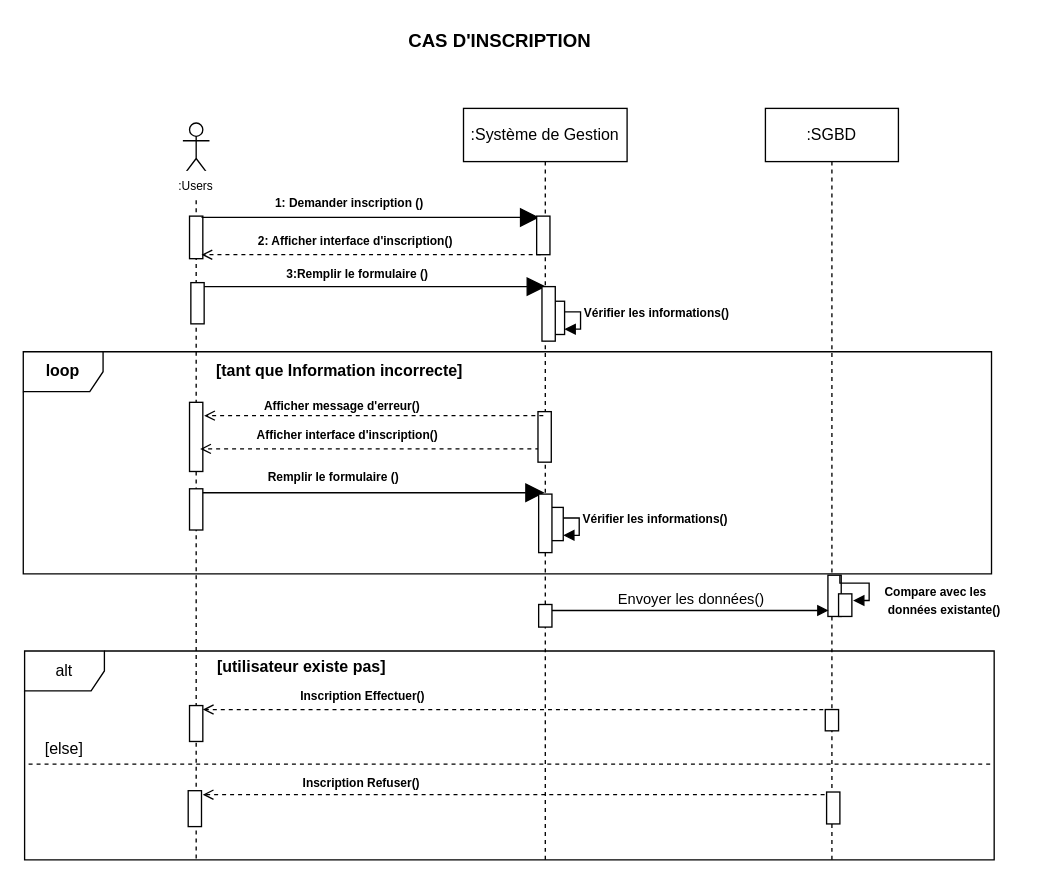
This is Diagramme sequence5.drawio from louis-fresnel99/TpGasaL1, a draw.io file, before an edit. Source tidied: cells renumbered, new cells numbered last; positions are measured from the earlier drawing's top-left corner, leaving out a move shared by most shapes. Both pictures are drawn from the tidied source at 133%, with x=0, y=0 at pixel (23, 23).
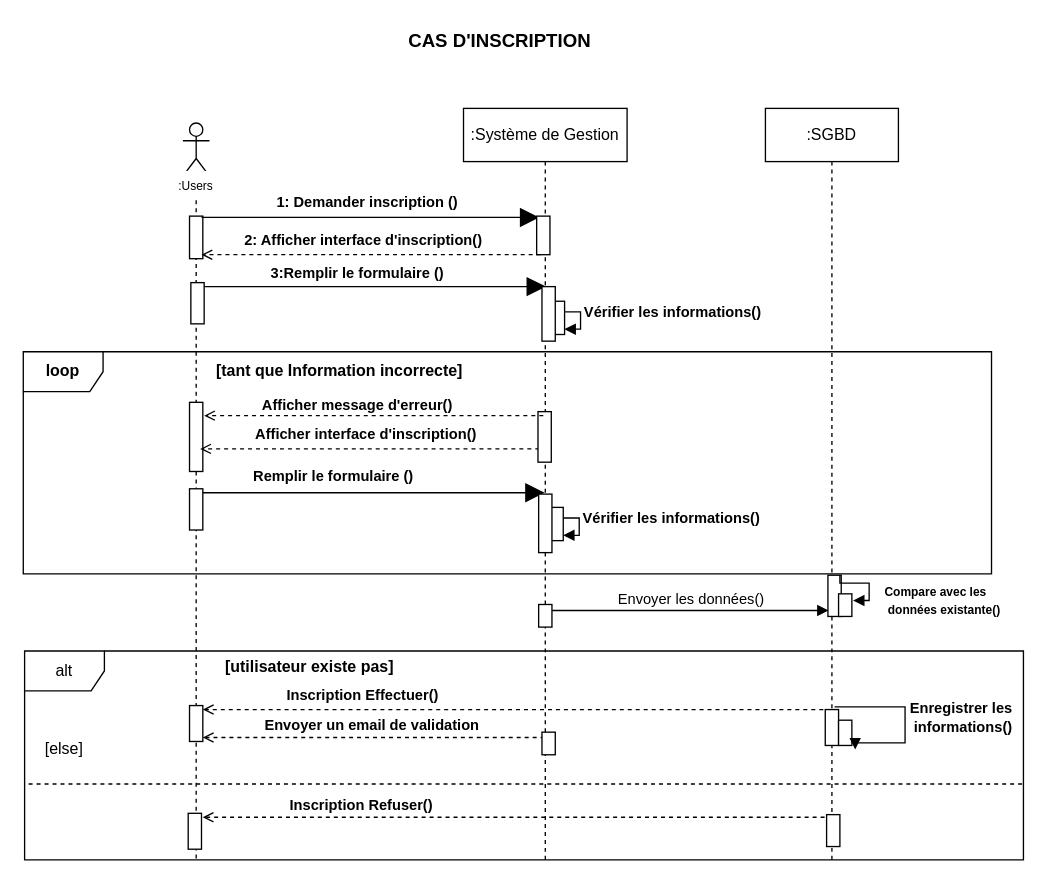
The same page after the edit.

Commit message:
Mettre à jour Diagramme sequence5.drawio

Unchanged cells that the change refers to:
```xml
<mxCell id="28" value=":SGBD" style="shape=umlLifeline;perimeter=lifelinePerimeter;whiteSpace=wrap;html=1;outlineConnect=0;portConstraint=eastwest;newEdgeStyle={&quot;curved&quot;:0,&quot;rounded&quot;:0};" parent="1" vertex="1">
  <mxGeometry x="558" y="64" width="100" height="566" as="geometry" />
</mxCell>
```

What changed in the source:
```diff
@@
-    <mxCell id="9" value="&lt;font style=&quot;font-size: 9px;&quot;&gt;&lt;b&gt;1: Demander inscription ()&lt;/b&gt;&lt;/font&gt;" style="text;html=1;align=center;verticalAlign=middle;whiteSpace=wrap;rounded=0;" parent="1" vertex="1">
-      <mxGeometry x="185" y="124" width="121" height="22" as="geometry" />
+    <mxCell id="9" value="&lt;font style=&quot;font-size: 11px;&quot;&gt;&lt;b style=&quot;&quot;&gt;1: Demander inscription ()&lt;/b&gt;&lt;/font&gt;" style="text;html=1;align=center;verticalAlign=middle;whiteSpace=wrap;rounded=0;" parent="1" vertex="1">
+      <mxGeometry x="185" y="124" width="148" height="22" as="geometry" />
     </mxCell>
@@
-    <mxCell id="11" value="&lt;b style=&quot;font-size: 9px;&quot;&gt;Afficher interface d'inscription()&lt;/b&gt;" style="text;html=1;align=center;verticalAlign=middle;whiteSpace=wrap;rounded=0;" parent="1" vertex="1">
-      <mxGeometry x="169" y="298" width="150" height="22" as="geometry" />
+    <mxCell id="11" value="&lt;b style=&quot;&quot;&gt;&lt;font style=&quot;font-size: 11px;&quot;&gt;Afficher interface d'inscription()&lt;/font&gt;&lt;/b&gt;" style="text;html=1;align=center;verticalAlign=middle;whiteSpace=wrap;rounded=0;" parent="1" vertex="1">
+      <mxGeometry x="169" y="298" width="178" height="22" as="geometry" />
     </mxCell>
@@
-    <mxCell id="13" value="&lt;font style=&quot;color: light-dark(rgb(0, 0, 0), rgb(0, 0, 0)); font-size: 9px;&quot;&gt;&lt;b&gt;Remplir le formulaire ()&lt;/b&gt;&lt;/font&gt;" style="text;html=1;align=center;verticalAlign=middle;whiteSpace=wrap;rounded=0;" parent="1" vertex="1">
+    <mxCell id="13" value="&lt;font style=&quot;color: light-dark(rgb(0, 0, 0), rgb(0, 0, 0)); font-size: 11px;&quot;&gt;&lt;b style=&quot;&quot;&gt;Remplir le formulaire ()&lt;/b&gt;&lt;/font&gt;" style="text;html=1;align=center;verticalAlign=middle;whiteSpace=wrap;rounded=0;" parent="1" vertex="1">
       <mxGeometry x="154" y="332" width="159" height="17" as="geometry" />
     </mxCell>
@@
-    <mxCell id="17" value="&lt;font style=&quot;font-size: 9px;&quot;&gt;&lt;b&gt;Vérifier les informations()&lt;/b&gt;&lt;/font&gt;" style="html=1;align=left;spacingLeft=2;endArrow=block;rounded=0;edgeStyle=orthogonalEdgeStyle;curved=0;rounded=0;" parent="1" edge="1">
+    <mxCell id="17" value="&lt;font style=&quot;font-size: 11px;&quot;&gt;&lt;b style=&quot;&quot;&gt;Vérifier les informations()&lt;/b&gt;&lt;/font&gt;" style="html=1;align=left;spacingLeft=2;endArrow=block;rounded=0;edgeStyle=orthogonalEdgeStyle;curved=0;rounded=0;" parent="1" edge="1">
       <mxGeometry relative="1" as="geometry">
         <mxPoint x="396" y="366" as="sourcePoint" />
         <mxPoint x="405.9" y="385" as="targetPoint" />
         <Array as="points">
           <mxPoint x="396" y="372" />
           <mxPoint x="418" y="372" />
           <mxPoint x="418" y="385" />
         </Array>
       </mxGeometry>
     </mxCell>
@@
     <mxCell id="19" value="alt" style="shape=umlFrame;whiteSpace=wrap;html=1;" parent="1" vertex="1">
-      <mxGeometry x="1" y="472" width="729" height="157" as="geometry" />
+      <mxGeometry x="1" y="472" width="751" height="157" as="geometry" />
     </mxCell>
     <mxCell id="20" value="&lt;b&gt;[utilisateur existe pas]&lt;/b&gt;" style="text;html=1;align=center;verticalAlign=middle;whiteSpace=wrap;rounded=0;" parent="1" vertex="1">
-      <mxGeometry x="140" y="474" width="139" height="20" as="geometry" />
+      <mxGeometry x="146" y="474" width="139" height="20" as="geometry" />
     </mxCell>
@@
-    <mxCell id="22" value="&lt;font style=&quot;color: light-dark(rgb(0, 0, 0), rgb(0, 0, 0)); font-size: 9px;&quot;&gt;&lt;b&gt;Inscription Effectuer()&lt;/b&gt;&lt;/font&gt;" style="text;html=1;align=center;verticalAlign=middle;whiteSpace=wrap;rounded=0;" parent="1" vertex="1">
+    <mxCell id="22" value="&lt;font style=&quot;color: light-dark(rgb(0, 0, 0), rgb(0, 0, 0)); font-size: 11px;&quot;&gt;&lt;b style=&quot;&quot;&gt;Inscription Effectuer()&lt;/b&gt;&lt;/font&gt;" style="text;html=1;align=center;verticalAlign=middle;whiteSpace=wrap;rounded=0;" parent="1" vertex="1">
       <mxGeometry x="176" y="496" width="159" height="17" as="geometry" />
     </mxCell>
     <mxCell id="23" style="line;strokeWidth=1;fillColor=none;align=left;verticalAlign=middle;spacingTop=-1;spacingLeft=3;spacingRight=3;labelPosition=right;strokeColor=inherit;dashed=1;" parent="1" vertex="1">
-      <mxGeometry x="4" y="553" width="723" height="8" as="geometry" />
+      <mxGeometry x="4" y="568" width="748" height="8" as="geometry" />
     </mxCell>
@@
     <mxCell id="25" style="html=1;perimeter=orthogonalPerimeter;targetShapes=umlLifeline;newEdgeStyle={&quot;curved&quot;:0,&quot;rounded&quot;:0};fillColor=light-dark(#FFFFFF,#FFFFFF);strokeColor=light-dark(#000000,#000000);" parent="1" vertex="1">
-      <mxGeometry x="124" y="577" width="10" height="27" as="geometry" />
+      <mxGeometry x="124" y="594" width="10" height="27" as="geometry" />
     </mxCell>
     <mxCell id="26" style="endArrow=open;html=1;rounded=0;strokeColor=light-dark(#000000,#000000);dashed=1;strokeWidth=1;endFill=0;" parent="1" edge="1">
       <mxGeometry relative="1" as="geometry">
-        <mxPoint x="608.5" y="580" as="sourcePoint" />
-        <mxPoint x="134.9" y="580" as="targetPoint" />
+        <mxPoint x="608.5" y="597" as="sourcePoint" />
+        <mxPoint x="134.9" y="597" as="targetPoint" />
       </mxGeometry>
     </mxCell>
-    <mxCell id="27" value="&lt;font style=&quot;color: light-dark(rgb(0, 0, 0), rgb(0, 0, 0)); font-size: 9px;&quot;&gt;&lt;b&gt;Inscription Refuser()&lt;/b&gt;&lt;/font&gt;" style="text;html=1;align=center;verticalAlign=middle;whiteSpace=wrap;rounded=0;" parent="1" vertex="1">
-      <mxGeometry x="175" y="562" width="159" height="17" as="geometry" />
+    <mxCell id="27" value="&lt;font style=&quot;color: light-dark(rgb(0, 0, 0), rgb(0, 0, 0)); font-size: 11px;&quot;&gt;&lt;b style=&quot;&quot;&gt;Inscription Refuser()&lt;/b&gt;&lt;/font&gt;" style="text;html=1;align=center;verticalAlign=middle;whiteSpace=wrap;rounded=0;" parent="1" vertex="1">
+      <mxGeometry x="175" y="579" width="159" height="17" as="geometry" />
     </mxCell>
@@
     <mxCell id="31" style="html=1;perimeter=orthogonalPerimeter;targetShapes=umlLifeline;newEdgeStyle={&quot;curved&quot;:0,&quot;rounded&quot;:0};fillColor=light-dark(#FFFFFF,#FFFFFF);strokeColor=light-dark(#000000,#000000);" parent="28" vertex="1">
-      <mxGeometry x="45" y="452" width="10" height="16" as="geometry" />
+      <mxGeometry x="45" y="452" width="10" height="27" as="geometry" />
     </mxCell>
     <mxCell id="32" style="html=1;perimeter=orthogonalPerimeter;targetShapes=umlLifeline;newEdgeStyle={&quot;curved&quot;:0,&quot;rounded&quot;:0};fillColor=light-dark(#FFFFFF,#FFFFFF);strokeColor=light-dark(#000000,#000000);" parent="28" vertex="1">
-      <mxGeometry x="46" y="514" width="10" height="24" as="geometry" />
+      <mxGeometry x="46" y="531" width="10" height="24" as="geometry" />
     </mxCell>
+    <mxCell id="50" style="html=1;perimeter=orthogonalPerimeter;targetShapes=umlLifeline;newEdgeStyle={&quot;curved&quot;:0,&quot;rounded&quot;:0};fillColor=light-dark(#FFFFFF,#FFFFFF);strokeColor=light-dark(#000000,#000000);" parent="28" vertex="1">
+      <mxGeometry x="55" y="460" width="10" height="19" as="geometry" />
+    </mxCell>
@@
-    <mxCell id="41" value="&lt;font style=&quot;color: light-dark(rgb(0, 0, 0), rgb(0, 0, 0)); font-size: 9px;&quot;&gt;&lt;b&gt;2: Afficher interface d'inscription()&lt;/b&gt;&lt;/font&gt;" style="text;html=1;align=center;verticalAlign=middle;whiteSpace=wrap;rounded=0;" parent="1" vertex="1">
-      <mxGeometry x="170" y="152" width="160" height="22" as="geometry" />
+    <mxCell id="41" value="&lt;font style=&quot;color: light-dark(rgb(0, 0, 0), rgb(0, 0, 0)); font-size: 11px;&quot;&gt;&lt;b style=&quot;&quot;&gt;2: Afficher interface d'inscription()&lt;/b&gt;&lt;/font&gt;" style="text;html=1;align=center;verticalAlign=middle;whiteSpace=wrap;rounded=0;" parent="1" vertex="1">
+      <mxGeometry x="161.5" y="152" width="188" height="22" as="geometry" />
     </mxCell>
@@
-    <mxCell id="43" value="&lt;font style=&quot;color: light-dark(rgb(0, 0, 0), rgb(0, 0, 0)); font-size: 9px;&quot;&gt;&lt;b&gt;3:Remplir le formulaire ()&lt;/b&gt;&lt;/font&gt;" style="text;html=1;align=center;verticalAlign=middle;whiteSpace=wrap;rounded=0;" parent="1" vertex="1">
+    <mxCell id="43" value="&lt;font style=&quot;color: light-dark(rgb(0, 0, 0), rgb(0, 0, 0)); font-size: 11px;&quot;&gt;&lt;b style=&quot;&quot;&gt;3:Remplir le formulaire ()&lt;/b&gt;&lt;/font&gt;" style="text;html=1;align=center;verticalAlign=middle;whiteSpace=wrap;rounded=0;" parent="1" vertex="1">
       <mxGeometry x="172" y="179" width="159" height="17" as="geometry" />
     </mxCell>
-    <mxCell id="44" value="&lt;font style=&quot;font-size: 9px;&quot;&gt;&lt;b&gt;Vérifier les informations()&lt;/b&gt;&lt;/font&gt;" style="html=1;align=left;spacingLeft=2;endArrow=block;rounded=0;edgeStyle=orthogonalEdgeStyle;curved=0;rounded=0;" parent="1" edge="1">
+    <mxCell id="44" value="&lt;font style=&quot;font-size: 11px;&quot;&gt;&lt;b style=&quot;&quot;&gt;Vérifier les informations()&lt;/b&gt;&lt;/font&gt;" style="html=1;align=left;spacingLeft=2;endArrow=block;rounded=0;edgeStyle=orthogonalEdgeStyle;curved=0;rounded=0;" parent="1" edge="1">
       <mxGeometry relative="1" as="geometry">
         <mxPoint x="397" y="211" as="sourcePoint" />
         <mxPoint x="406.9" y="230" as="targetPoint" />
         <Array as="points">
           <mxPoint x="397" y="217" />
           <mxPoint x="419" y="217" />
           <mxPoint x="419" y="230" />
         </Array>
       </mxGeometry>
     </mxCell>
@@
-    <mxCell id="48" value="&lt;font style=&quot;color: light-dark(rgb(0, 0, 0), rgb(0, 0, 0)); font-size: 9px;&quot;&gt;&lt;b&gt;Afficher message d'erreur()&lt;/b&gt;&lt;/font&gt;" style="text;html=1;align=center;verticalAlign=middle;whiteSpace=wrap;rounded=0;" parent="1" vertex="1">
-      <mxGeometry x="174" y="276" width="132" height="22" as="geometry" />
+    <mxCell id="48" value="&lt;font style=&quot;color: light-dark(rgb(0, 0, 0), rgb(0, 0, 0)); font-size: 11px;&quot;&gt;&lt;b style=&quot;&quot;&gt;Afficher message d'erreur()&lt;/b&gt;&lt;/font&gt;" style="text;html=1;align=center;verticalAlign=middle;whiteSpace=wrap;rounded=0;" parent="1" vertex="1">
+      <mxGeometry x="174" y="276" width="155" height="22" as="geometry" />
     </mxCell>
@@
+    <mxCell id="51" value="&lt;b&gt;Enregistrer les&lt;/b&gt;&lt;div&gt;&lt;b&gt;&amp;nbsp;informations&lt;/b&gt;&lt;b style=&quot;background-color: light-dark(#ffffff, var(--ge-dark-color, #121212)); color: light-dark(rgb(0, 0, 0), rgb(255, 255, 255));&quot;&gt;()&lt;/b&gt;&lt;/div&gt;" style="html=1;align=left;spacingLeft=2;endArrow=block;rounded=0;edgeStyle=orthogonalEdgeStyle;curved=0;rounded=0;" parent="1" edge="1">
+      <mxGeometry relative="1" as="geometry">
+        <mxPoint x="610" y="514" as="sourcePoint" />
+        <mxPoint x="625.5" y="546" as="targetPoint" />
+        <Array as="points">
+          <mxPoint x="663" y="514" />
+          <mxPoint x="663" y="541" />
+          <mxPoint x="626" y="541" />
+        </Array>
+      </mxGeometry>
+    </mxCell>
+    <mxCell id="52" style="endArrow=open;html=1;rounded=0;strokeColor=light-dark(#000000,#000000);dashed=1;strokeWidth=1;endFill=0;" parent="1" edge="1">
+      <mxGeometry relative="1" as="geometry">
+        <mxPoint x="392" y="537" as="sourcePoint" />
+        <mxPoint x="135" y="537" as="targetPoint" />
+      </mxGeometry>
+    </mxCell>
+    <mxCell id="53" value="&lt;font style=&quot;color: light-dark(rgb(0, 0, 0), rgb(0, 0, 0)); font-size: 11px;&quot;&gt;&lt;b style=&quot;&quot;&gt;Envoyer un email de validation&lt;/b&gt;&lt;/font&gt;" style="text;html=1;align=center;verticalAlign=middle;whiteSpace=wrap;rounded=0;" parent="1" vertex="1">
+      <mxGeometry x="174" y="519" width="177" height="17" as="geometry" />
+    </mxCell>
+    <mxCell id="54" style="html=1;perimeter=orthogonalPerimeter;targetShapes=umlLifeline;newEdgeStyle={&quot;curved&quot;:0,&quot;rounded&quot;:0};fillColor=light-dark(#FFFFFF,#FFFFFF);strokeColor=light-dark(#000000,#000000);" parent="1" vertex="1">
+      <mxGeometry x="390" y="533" width="10" height="17" as="geometry" />
+    </mxCell>
```
